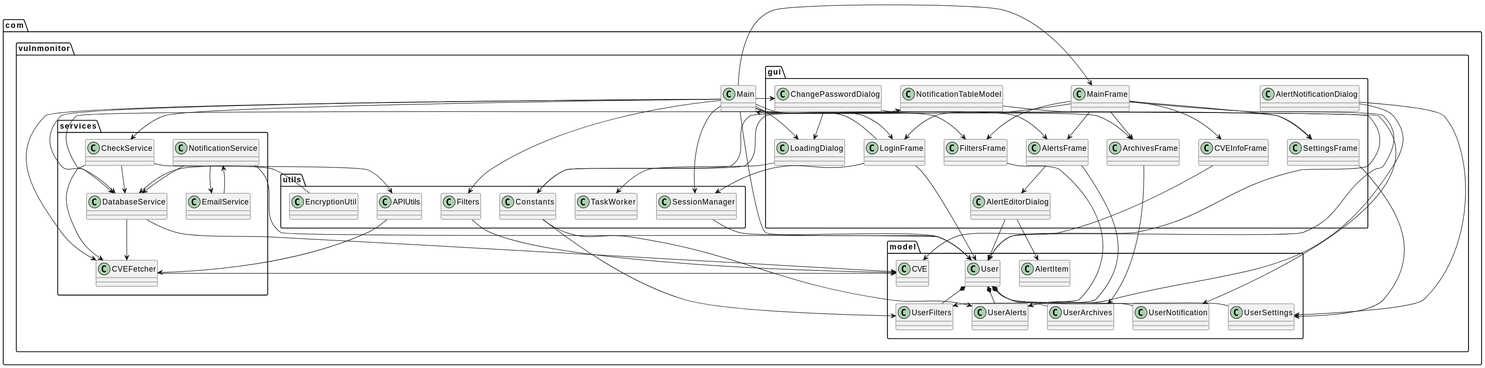
Before: repo/UML.svg, a diagram exported from PlantUML (0x00K1/VulnMonitor).
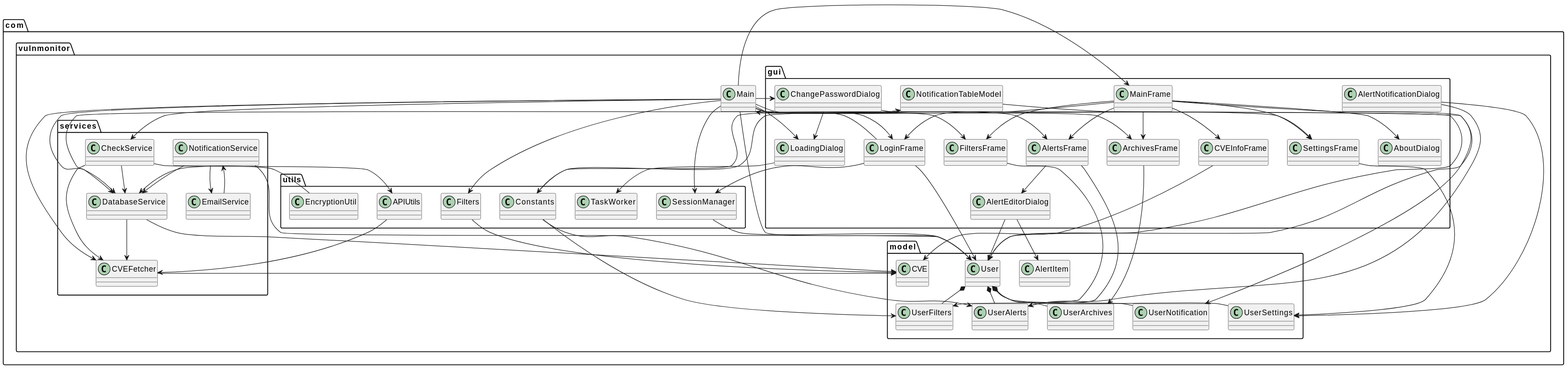
After the commit.

Change to the diagram source:
```diff
@@ -21,6 +21,7 @@
         class LoadingDialog
         class ChangePasswordDialog
         class NotificationTableModel
+        class AboutDialog
     }
 
     package "model" {
@@ -75,6 +76,7 @@
 MainFrame --> AlertsFrame
 MainFrame --> ArchivesFrame
 MainFrame --> SettingsFrame
+MainFrame --> AboutDialog
 
 LoginFrame --> Main
 LoginFrame --> User
```
